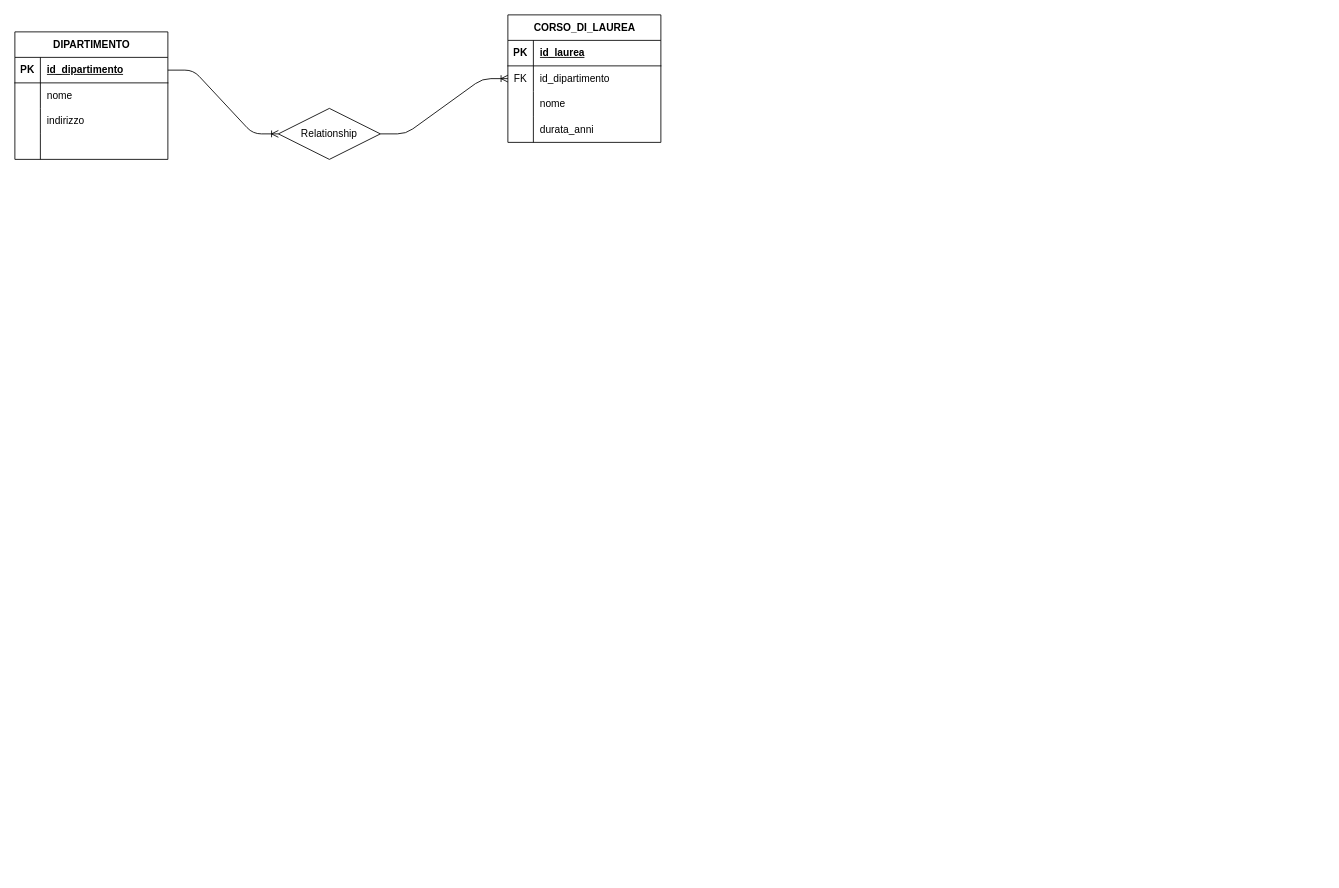
Earlier version of the draw.io diagram page "Page-1" (1 of 2) of university.dio (akthernahela/db-university). Source tidied: cells renumbered, new cells numbered last; positions are measured from the earlier drawing's top-left corner, leaving out a move shared by most shapes. Both pictures are drawn from the tidied source at 85%, with x=0, y=0 at pixel (14, 14).
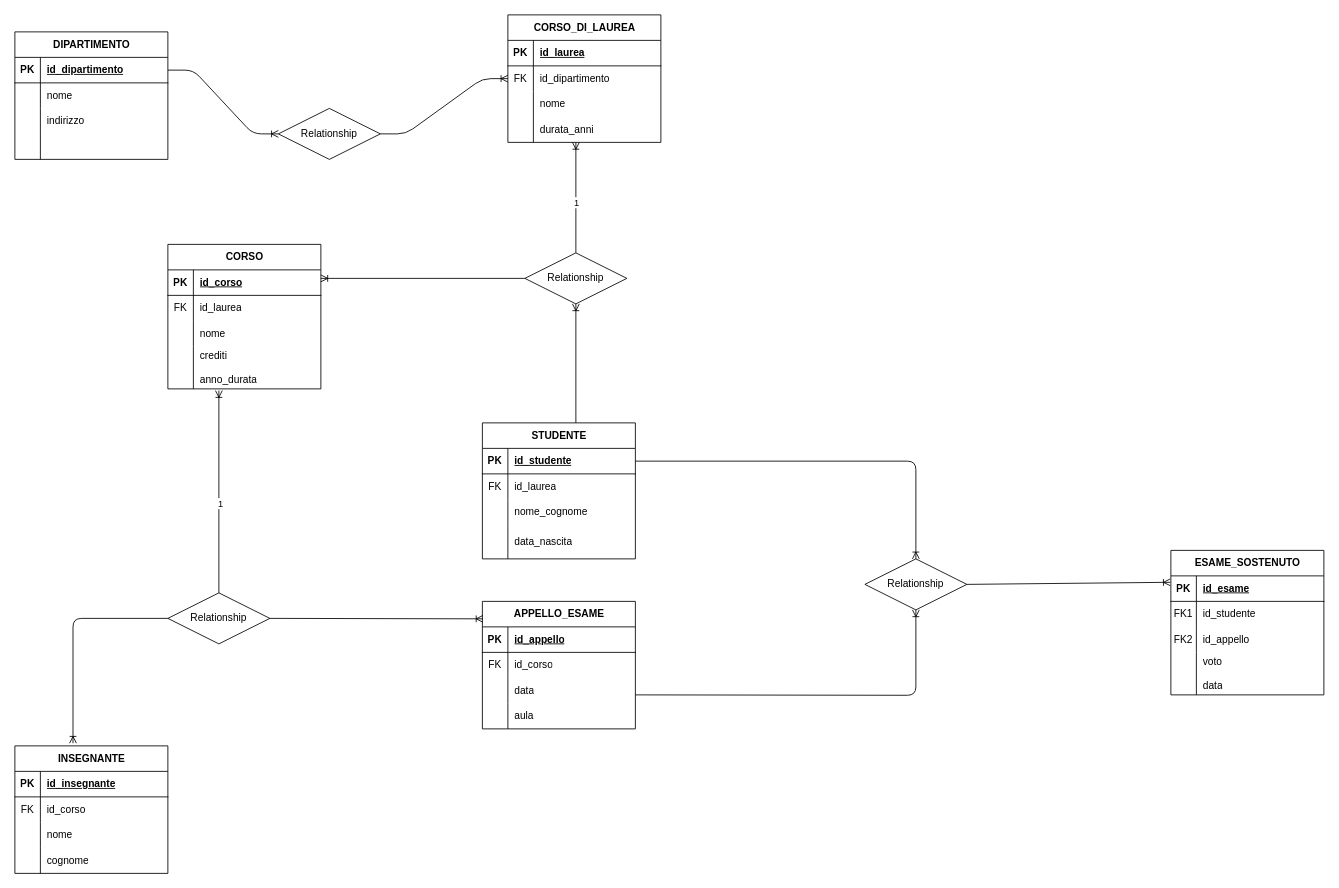
Above is the later version.

Change to the diagram source:
```diff
@@
+    <mxCell id="31" value="STUDENTE" style="shape=table;startSize=30;childLayout=tableLayout;rowLines=0;fontStyle=1;align=center;html=1;" parent="1" vertex="1">
+      <mxGeometry x="550" y="480" width="180" height="160" as="geometry" />
+    </mxCell>
+    <mxCell id="32" style="shape=tableRow;horizontal=0;startSize=0;swimlaneHead=0;swimlaneBody=0;fillColor=none;points=[[0,0.5],[1,0.5]];portConstraint=eastwest;top=0;left=0;right=0;bottom=1;" parent="31" vertex="1">
+      <mxGeometry y="30" width="180" height="30" as="geometry" />
+    </mxCell>
+    <mxCell id="33" value="PK" style="shape=partialRectangle;fillColor=none;top=0;left=0;bottom=0;right=0;fontStyle=1;overflow=hidden;whiteSpace=wrap;html=1;" parent="32" vertex="1">
+      <mxGeometry width="30" height="30" as="geometry" />
+    </mxCell>
+    <mxCell id="34" value="id_studente" style="shape=partialRectangle;fillColor=none;top=0;left=0;bottom=0;right=0;align=left;spacingLeft=6;fontStyle=5;overflow=hidden;whiteSpace=wrap;html=1;" parent="32" vertex="1">
+      <mxGeometry x="30" width="150" height="30" as="geometry" />
+    </mxCell>
+    <mxCell id="35" style="shape=tableRow;horizontal=0;startSize=0;swimlaneHead=0;swimlaneBody=0;fillColor=none;top=0;left=0;right=0;bottom=0;" parent="31" vertex="1">
+      <mxGeometry y="60" width="180" height="30" as="geometry" />
+    </mxCell>
+    <mxCell id="36" value="FK" style="shape=partialRectangle;fillColor=none;top=0;left=0;bottom=0;right=0;overflow=hidden;whiteSpace=wrap;html=1;" parent="35" vertex="1">
+      <mxGeometry width="30" height="30" as="geometry" />
+    </mxCell>
+    <mxCell id="37" value="id_laurea" style="shape=partialRectangle;fillColor=none;top=0;left=0;bottom=0;right=0;align=left;spacingLeft=6;overflow=hidden;whiteSpace=wrap;html=1;" parent="35" vertex="1">
+      <mxGeometry x="30" width="150" height="30" as="geometry" />
+    </mxCell>
+    <mxCell id="38" style="shape=tableRow;horizontal=0;startSize=0;swimlaneHead=0;swimlaneBody=0;fillColor=none;top=0;left=0;right=0;bottom=0;" parent="31" vertex="1">
+      <mxGeometry y="90" width="180" height="30" as="geometry" />
+    </mxCell>
+    <mxCell id="39" style="shape=partialRectangle;fillColor=none;top=0;left=0;bottom=0;right=0;overflow=hidden;whiteSpace=wrap;html=1;" parent="38" vertex="1">
+      <mxGeometry width="30" height="30" as="geometry" />
+    </mxCell>
+    <mxCell id="40" value="nome_cognome" style="shape=partialRectangle;fillColor=none;top=0;left=0;bottom=0;right=0;align=left;spacingLeft=6;overflow=hidden;whiteSpace=wrap;html=1;" parent="38" vertex="1">
+      <mxGeometry x="30" width="150" height="30" as="geometry" />
+    </mxCell>
+    <mxCell id="41" style="shape=tableRow;horizontal=0;startSize=0;swimlaneHead=0;swimlaneBody=0;fillColor=none;top=0;left=0;right=0;bottom=0;" parent="31" vertex="1">
+      <mxGeometry y="120" width="180" height="40" as="geometry" />
+    </mxCell>
+    <mxCell id="42" style="shape=partialRectangle;fillColor=none;top=0;left=0;bottom=0;right=0;overflow=hidden;whiteSpace=wrap;html=1;" parent="41" vertex="1">
+      <mxGeometry width="30" height="40" as="geometry" />
+    </mxCell>
+    <mxCell id="43" value="data_nascita" style="shape=partialRectangle;fillColor=none;top=0;left=0;bottom=0;right=0;align=left;spacingLeft=6;overflow=hidden;whiteSpace=wrap;html=1;" parent="41" vertex="1">
+      <mxGeometry x="30" width="150" height="40" as="geometry" />
+    </mxCell>
+    <mxCell id="44" value="Relationship" style="shape=rhombus;perimeter=rhombusPerimeter;whiteSpace=wrap;html=1;align=center;" parent="1" vertex="1">
+      <mxGeometry x="600" y="280" width="120" height="60" as="geometry" />
+    </mxCell>
+    <mxCell id="45" style="fontSize=12;html=1;endArrow=ERoneToMany;" parent="1" edge="1" source="44">
+      <mxGeometry relative="1" as="geometry">
+        <mxPoint x="660" y="150" as="targetPoint" />
+      </mxGeometry>
+    </mxCell>
+    <mxCell id="46" value="1" style="edgeLabel;html=1;align=center;verticalAlign=middle;" parent="45" vertex="1">
+      <mxGeometry x="-0.07" relative="1" as="geometry" />
+    </mxCell>
+    <mxCell id="47" style="fontSize=12;html=1;endArrow=ERoneToMany;entryX=0.5;entryY=1;entryDx=0;entryDy=0;" parent="1" edge="1" target="44">
+      <mxGeometry relative="1" as="geometry">
+        <mxPoint x="660" y="480" as="sourcePoint" />
+      </mxGeometry>
+    </mxCell>
+    <mxCell id="48" value="CORSO" style="shape=table;startSize=30;childLayout=tableLayout;rowLines=0;fontStyle=1;align=center;html=1;" parent="1" vertex="1">
+      <mxGeometry x="180" y="270" width="180" height="170" as="geometry" />
+    </mxCell>
+    <mxCell id="49" style="shape=tableRow;horizontal=0;startSize=0;swimlaneHead=0;swimlaneBody=0;fillColor=none;top=0;left=0;right=0;bottom=1;" parent="48" vertex="1">
+      <mxGeometry y="30" width="180" height="30" as="geometry" />
+    </mxCell>
+    <mxCell id="50" value="PK" style="shape=partialRectangle;fillColor=none;top=0;left=0;bottom=0;right=0;fontStyle=1;overflow=hidden;whiteSpace=wrap;html=1;" parent="49" vertex="1">
+      <mxGeometry width="30" height="30" as="geometry" />
+    </mxCell>
+    <mxCell id="51" value="id_corso" style="shape=partialRectangle;fillColor=none;top=0;left=0;bottom=0;right=0;align=left;spacingLeft=6;fontStyle=5;overflow=hidden;whiteSpace=wrap;html=1;" parent="49" vertex="1">
+      <mxGeometry x="30" width="150" height="30" as="geometry" />
+    </mxCell>
+    <mxCell id="52" style="shape=tableRow;horizontal=0;startSize=0;swimlaneHead=0;swimlaneBody=0;fillColor=none;top=0;left=0;right=0;bottom=0;" parent="48" vertex="1">
+      <mxGeometry y="60" width="180" height="30" as="geometry" />
+    </mxCell>
+    <mxCell id="53" value="FK" style="shape=partialRectangle;fillColor=none;top=0;left=0;bottom=0;right=0;overflow=hidden;whiteSpace=wrap;html=1;" parent="52" vertex="1">
+      <mxGeometry width="30" height="30" as="geometry" />
+    </mxCell>
+    <mxCell id="54" value="id_laurea" style="shape=partialRectangle;fillColor=none;top=0;left=0;bottom=0;right=0;align=left;spacingLeft=6;overflow=hidden;whiteSpace=wrap;html=1;" parent="52" vertex="1">
+      <mxGeometry x="30" width="150" height="30" as="geometry" />
+    </mxCell>
+    <mxCell id="55" style="shape=tableRow;horizontal=0;startSize=0;swimlaneHead=0;swimlaneBody=0;fillColor=none;top=0;left=0;right=0;bottom=0;" parent="48" vertex="1">
+      <mxGeometry y="90" width="180" height="30" as="geometry" />
+    </mxCell>
+    <mxCell id="56" style="shape=partialRectangle;fillColor=none;top=0;left=0;bottom=0;right=0;overflow=hidden;whiteSpace=wrap;html=1;" parent="55" vertex="1">
+      <mxGeometry width="30" height="30" as="geometry" />
+    </mxCell>
+    <mxCell id="57" value="nome" style="shape=partialRectangle;fillColor=none;top=0;left=0;bottom=0;right=0;align=left;spacingLeft=6;overflow=hidden;whiteSpace=wrap;html=1;" parent="55" vertex="1">
+      <mxGeometry x="30" width="150" height="30" as="geometry" />
+    </mxCell>
+    <mxCell id="58" style="shape=tableRow;horizontal=0;startSize=0;swimlaneHead=0;swimlaneBody=0;fillColor=none;top=0;left=0;right=0;bottom=0;" parent="48" vertex="1">
+      <mxGeometry y="120" width="180" height="50" as="geometry" />
+    </mxCell>
+    <mxCell id="59" style="shape=partialRectangle;fillColor=none;top=0;left=0;bottom=0;right=0;overflow=hidden;whiteSpace=wrap;html=1;" parent="58" vertex="1">
+      <mxGeometry width="30" height="50" as="geometry" />
+    </mxCell>
+    <mxCell id="60" value="crediti&lt;div&gt;&lt;font color=&quot;#ffffff&quot;&gt;&lt;br&gt;&lt;/font&gt;&lt;div&gt;anno_durata&lt;/div&gt;&lt;/div&gt;" style="shape=partialRectangle;fillColor=none;top=0;left=0;bottom=0;right=0;align=left;spacingLeft=6;overflow=hidden;whiteSpace=wrap;html=1;" parent="58" vertex="1">
+      <mxGeometry x="30" width="150" height="50" as="geometry" />
+    </mxCell>
+    <mxCell id="61" style="fontSize=12;html=1;endArrow=ERoneToMany;exitX=0;exitY=0.5;exitDx=0;exitDy=0;" parent="1" edge="1" source="44">
+      <mxGeometry relative="1" as="geometry">
+        <mxPoint x="360" y="310" as="targetPoint" />
+      </mxGeometry>
+    </mxCell>
+    <mxCell id="62" value="Relationship" style="shape=rhombus;perimeter=rhombusPerimeter;whiteSpace=wrap;html=1;align=center;" parent="1" vertex="1">
+      <mxGeometry x="180" y="680" width="120" height="60" as="geometry" />
+    </mxCell>
+    <mxCell id="63" value="INSEGNANTE" style="shape=table;startSize=30;childLayout=tableLayout;rowLines=0;fontStyle=1;align=center;html=1;" parent="1" vertex="1">
+      <mxGeometry y="860" width="180" height="150" as="geometry" />
+    </mxCell>
+    <mxCell id="64" style="shape=tableRow;horizontal=0;startSize=0;swimlaneHead=0;swimlaneBody=0;fillColor=none;top=0;left=0;right=0;bottom=1;" parent="63" vertex="1">
+      <mxGeometry y="30" width="180" height="30" as="geometry" />
+    </mxCell>
+    <mxCell id="65" value="PK" style="shape=partialRectangle;fillColor=none;top=0;left=0;bottom=0;right=0;fontStyle=1;overflow=hidden;whiteSpace=wrap;html=1;" parent="64" vertex="1">
+      <mxGeometry width="30" height="30" as="geometry" />
+    </mxCell>
+    <mxCell id="66" value="id_insegnante" style="shape=partialRectangle;fillColor=none;top=0;left=0;bottom=0;right=0;align=left;spacingLeft=6;fontStyle=5;overflow=hidden;whiteSpace=wrap;html=1;" parent="64" vertex="1">
+      <mxGeometry x="30" width="150" height="30" as="geometry" />
+    </mxCell>
+    <mxCell id="67" style="shape=tableRow;horizontal=0;startSize=0;swimlaneHead=0;swimlaneBody=0;fillColor=none;top=0;left=0;right=0;bottom=0;" parent="63" vertex="1">
+      <mxGeometry y="60" width="180" height="30" as="geometry" />
+    </mxCell>
+    <mxCell id="68" value="FK" style="shape=partialRectangle;fillColor=none;top=0;left=0;bottom=0;right=0;overflow=hidden;whiteSpace=wrap;html=1;" parent="67" vertex="1">
+      <mxGeometry width="30" height="30" as="geometry" />
+    </mxCell>
+    <mxCell id="69" value="id_corso" style="shape=partialRectangle;fillColor=none;top=0;left=0;bottom=0;right=0;align=left;spacingLeft=6;overflow=hidden;whiteSpace=wrap;html=1;" parent="67" vertex="1">
+      <mxGeometry x="30" width="150" height="30" as="geometry" />
+    </mxCell>
+    <mxCell id="70" style="shape=tableRow;horizontal=0;startSize=0;swimlaneHead=0;swimlaneBody=0;fillColor=none;top=0;left=0;right=0;bottom=0;" parent="63" vertex="1">
+      <mxGeometry y="90" width="180" height="30" as="geometry" />
+    </mxCell>
+    <mxCell id="71" style="shape=partialRectangle;fillColor=none;top=0;left=0;bottom=0;right=0;overflow=hidden;whiteSpace=wrap;html=1;" parent="70" vertex="1">
+      <mxGeometry width="30" height="30" as="geometry" />
+    </mxCell>
+    <mxCell id="72" value="nome" style="shape=partialRectangle;fillColor=none;top=0;left=0;bottom=0;right=0;align=left;spacingLeft=6;overflow=hidden;whiteSpace=wrap;html=1;" parent="70" vertex="1">
+      <mxGeometry x="30" width="150" height="30" as="geometry" />
+    </mxCell>
+    <mxCell id="73" style="shape=tableRow;horizontal=0;startSize=0;swimlaneHead=0;swimlaneBody=0;fillColor=none;top=0;left=0;right=0;bottom=0;" parent="63" vertex="1">
+      <mxGeometry y="120" width="180" height="30" as="geometry" />
+    </mxCell>
+    <mxCell id="74" style="shape=partialRectangle;fillColor=none;top=0;left=0;bottom=0;right=0;overflow=hidden;whiteSpace=wrap;html=1;" parent="73" vertex="1">
+      <mxGeometry width="30" height="30" as="geometry" />
+    </mxCell>
+    <mxCell id="75" value="cognome" style="shape=partialRectangle;fillColor=none;top=0;left=0;bottom=0;right=0;align=left;spacingLeft=6;overflow=hidden;whiteSpace=wrap;html=1;" parent="73" vertex="1">
+      <mxGeometry x="30" width="150" height="30" as="geometry" />
+    </mxCell>
+    <mxCell id="76" style="edgeStyle=orthogonalEdgeStyle;fontSize=12;html=1;endArrow=ERoneToMany;exitX=0;exitY=0.5;exitDx=0;exitDy=0;entryX=0.38;entryY=-0.021;entryDx=0;entryDy=0;entryPerimeter=0;" parent="1" edge="1" source="62" target="63">
+      <mxGeometry relative="1" as="geometry" />
+    </mxCell>
+    <mxCell id="77" style="fontSize=12;html=1;endArrow=ERoneToMany;exitX=0.5;exitY=0;exitDx=0;exitDy=0;" parent="1" edge="1" source="62">
+      <mxGeometry relative="1" as="geometry">
+        <mxPoint x="240" y="442" as="targetPoint" />
+      </mxGeometry>
+    </mxCell>
+    <mxCell id="78" value="1" style="edgeLabel;html=1;align=center;verticalAlign=middle;" parent="77" vertex="1">
+      <mxGeometry x="-0.1" y="-1" relative="1" as="geometry">
+        <mxPoint y="1" as="offset" />
+      </mxGeometry>
+    </mxCell>
+    <mxCell id="79" value="APPELLO_ESAME" style="shape=table;startSize=30;childLayout=tableLayout;rowLines=0;fontStyle=1;align=center;html=1;" parent="1" vertex="1">
+      <mxGeometry x="550" y="690" width="180" height="150" as="geometry" />
+    </mxCell>
+    <mxCell id="80" style="shape=tableRow;horizontal=0;startSize=0;swimlaneHead=0;swimlaneBody=0;fillColor=none;top=0;left=0;right=0;bottom=1;" parent="79" vertex="1">
+      <mxGeometry y="30" width="180" height="30" as="geometry" />
+    </mxCell>
+    <mxCell id="81" value="PK" style="shape=partialRectangle;fillColor=none;top=0;left=0;bottom=0;right=0;fontStyle=1;overflow=hidden;whiteSpace=wrap;html=1;" parent="80" vertex="1">
+      <mxGeometry width="30" height="30" as="geometry" />
+    </mxCell>
+    <mxCell id="82" value="id_appello" style="shape=partialRectangle;fillColor=none;top=0;left=0;bottom=0;right=0;align=left;spacingLeft=6;fontStyle=5;overflow=hidden;whiteSpace=wrap;html=1;" parent="80" vertex="1">
+      <mxGeometry x="30" width="150" height="30" as="geometry" />
+    </mxCell>
+    <mxCell id="83" style="shape=tableRow;horizontal=0;startSize=0;swimlaneHead=0;swimlaneBody=0;fillColor=none;top=0;left=0;right=0;bottom=0;" parent="79" vertex="1">
+      <mxGeometry y="60" width="180" height="30" as="geometry" />
+    </mxCell>
+    <mxCell id="84" value="FK" style="shape=partialRectangle;fillColor=none;top=0;left=0;bottom=0;right=0;overflow=hidden;whiteSpace=wrap;html=1;" parent="83" vertex="1">
+      <mxGeometry width="30" height="30" as="geometry" />
+    </mxCell>
+    <mxCell id="85" value="id_corso" style="shape=partialRectangle;fillColor=none;top=0;left=0;bottom=0;right=0;align=left;spacingLeft=6;overflow=hidden;whiteSpace=wrap;html=1;" parent="83" vertex="1">
+      <mxGeometry x="30" width="150" height="30" as="geometry" />
+    </mxCell>
+    <mxCell id="86" style="shape=tableRow;horizontal=0;startSize=0;swimlaneHead=0;swimlaneBody=0;fillColor=none;top=0;left=0;right=0;bottom=0;" parent="79" vertex="1">
+      <mxGeometry y="90" width="180" height="30" as="geometry" />
+    </mxCell>
+    <mxCell id="87" style="shape=partialRectangle;fillColor=none;top=0;left=0;bottom=0;right=0;overflow=hidden;whiteSpace=wrap;html=1;" parent="86" vertex="1">
+      <mxGeometry width="30" height="30" as="geometry" />
+    </mxCell>
+    <mxCell id="88" value="data" style="shape=partialRectangle;fillColor=none;top=0;left=0;bottom=0;right=0;align=left;spacingLeft=6;overflow=hidden;whiteSpace=wrap;html=1;" parent="86" vertex="1">
+      <mxGeometry x="30" width="150" height="30" as="geometry" />
+    </mxCell>
+    <mxCell id="89" style="shape=tableRow;horizontal=0;startSize=0;swimlaneHead=0;swimlaneBody=0;fillColor=none;top=0;left=0;right=0;bottom=0;" parent="79" vertex="1">
+      <mxGeometry y="120" width="180" height="30" as="geometry" />
+    </mxCell>
+    <mxCell id="90" style="shape=partialRectangle;fillColor=none;top=0;left=0;bottom=0;right=0;overflow=hidden;whiteSpace=wrap;html=1;" parent="89" vertex="1">
+      <mxGeometry width="30" height="30" as="geometry" />
+    </mxCell>
+    <mxCell id="91" value="aula" style="shape=partialRectangle;fillColor=none;top=0;left=0;bottom=0;right=0;align=left;spacingLeft=6;overflow=hidden;whiteSpace=wrap;html=1;" parent="89" vertex="1">
+      <mxGeometry x="30" width="150" height="30" as="geometry" />
+    </mxCell>
+    <mxCell id="92" style="fontSize=12;html=1;endArrow=ERoneToMany;entryX=0.004;entryY=0.137;entryDx=0;entryDy=0;entryPerimeter=0;exitX=1;exitY=0.5;exitDx=0;exitDy=0;" parent="1" edge="1" source="62" target="79">
+      <mxGeometry relative="1" as="geometry" />
+    </mxCell>
+    <mxCell id="93" value="Relationship" style="shape=rhombus;perimeter=rhombusPerimeter;whiteSpace=wrap;html=1;align=center;" parent="1" vertex="1">
+      <mxGeometry x="1000" y="640" width="120" height="60" as="geometry" />
+    </mxCell>
+    <mxCell id="94" style="edgeStyle=orthogonalEdgeStyle;fontSize=12;html=1;endArrow=ERoneToMany;entryX=0.5;entryY=0;entryDx=0;entryDy=0;exitX=1;exitY=0.5;exitDx=0;exitDy=0;" parent="1" edge="1" source="32" target="93">
+      <mxGeometry relative="1" as="geometry" />
+    </mxCell>
+    <mxCell id="95" style="edgeStyle=orthogonalEdgeStyle;fontSize=12;html=1;endArrow=ERoneToMany;entryX=0.5;entryY=1;entryDx=0;entryDy=0;" parent="1" edge="1" target="93">
+      <mxGeometry relative="1" as="geometry">
+        <mxPoint x="730" y="800" as="sourcePoint" />
+      </mxGeometry>
+    </mxCell>
+    <mxCell id="96" value="ESAME_SOSTENUTO" style="shape=table;startSize=30;childLayout=tableLayout;rowLines=0;fontStyle=1;align=center;html=1;" parent="1" vertex="1">
+      <mxGeometry x="1360" y="630" width="180" height="170" as="geometry" />
+    </mxCell>
+    <mxCell id="97" style="shape=tableRow;horizontal=0;startSize=0;swimlaneHead=0;swimlaneBody=0;fillColor=none;points=[[0,0.5],[1,0.5]];portConstraint=eastwest;top=0;left=0;right=0;bottom=1;" parent="96" vertex="1">
+      <mxGeometry y="30" width="180" height="30" as="geometry" />
+    </mxCell>
+    <mxCell id="98" value="PK" style="shape=partialRectangle;fillColor=none;top=0;left=0;bottom=0;right=0;fontStyle=1;overflow=hidden;whiteSpace=wrap;html=1;" parent="97" vertex="1">
+      <mxGeometry width="30" height="30" as="geometry" />
+    </mxCell>
+    <mxCell id="99" value="id_esame" style="shape=partialRectangle;fillColor=none;top=0;left=0;bottom=0;right=0;align=left;spacingLeft=6;fontStyle=5;overflow=hidden;whiteSpace=wrap;html=1;" parent="97" vertex="1">
+      <mxGeometry x="30" width="150" height="30" as="geometry" />
+    </mxCell>
+    <mxCell id="100" style="shape=tableRow;horizontal=0;startSize=0;swimlaneHead=0;swimlaneBody=0;fillColor=none;top=0;left=0;right=0;bottom=0;" parent="96" vertex="1">
+      <mxGeometry y="60" width="180" height="30" as="geometry" />
+    </mxCell>
+    <mxCell id="101" value="FK1" style="shape=partialRectangle;fillColor=none;top=0;left=0;bottom=0;right=0;overflow=hidden;whiteSpace=wrap;html=1;" parent="100" vertex="1">
+      <mxGeometry width="30" height="30" as="geometry" />
+    </mxCell>
+    <mxCell id="102" value="id_studente" style="shape=partialRectangle;fillColor=none;top=0;left=0;bottom=0;right=0;align=left;spacingLeft=6;overflow=hidden;whiteSpace=wrap;html=1;" parent="100" vertex="1">
+      <mxGeometry x="30" width="150" height="30" as="geometry" />
+    </mxCell>
+    <mxCell id="103" style="shape=tableRow;horizontal=0;startSize=0;swimlaneHead=0;swimlaneBody=0;fillColor=none;top=0;left=0;right=0;bottom=0;" parent="96" vertex="1">
+      <mxGeometry y="90" width="180" height="30" as="geometry" />
+    </mxCell>
+    <mxCell id="104" value="FK2" style="shape=partialRectangle;fillColor=none;top=0;left=0;bottom=0;right=0;overflow=hidden;whiteSpace=wrap;html=1;" parent="103" vertex="1">
+      <mxGeometry width="30" height="30" as="geometry" />
+    </mxCell>
+    <mxCell id="105" value="id_appello" style="shape=partialRectangle;fillColor=none;top=0;left=0;bottom=0;right=0;align=left;spacingLeft=6;overflow=hidden;whiteSpace=wrap;html=1;" parent="103" vertex="1">
+      <mxGeometry x="30" width="150" height="30" as="geometry" />
+    </mxCell>
+    <mxCell id="106" style="shape=tableRow;horizontal=0;startSize=0;swimlaneHead=0;swimlaneBody=0;fillColor=none;top=0;left=0;right=0;bottom=0;" parent="96" vertex="1">
+      <mxGeometry y="120" width="180" height="50" as="geometry" />
+    </mxCell>
+    <mxCell id="107" style="shape=partialRectangle;fillColor=none;top=0;left=0;bottom=0;right=0;overflow=hidden;whiteSpace=wrap;html=1;" parent="106" vertex="1">
+      <mxGeometry width="30" height="50" as="geometry" />
+    </mxCell>
+    <mxCell id="108" value="voto&lt;div&gt;&lt;br&gt;&lt;/div&gt;&lt;div&gt;data&lt;/div&gt;" style="shape=partialRectangle;fillColor=none;top=0;left=0;bottom=0;right=0;align=left;spacingLeft=6;overflow=hidden;whiteSpace=wrap;html=1;" parent="106" vertex="1">
+      <mxGeometry x="30" width="150" height="50" as="geometry" />
+    </mxCell>
+    <mxCell id="109" style="fontSize=12;html=1;endArrow=ERoneToMany;exitX=1;exitY=0.5;exitDx=0;exitDy=0;entryX=-0.004;entryY=0.252;entryDx=0;entryDy=0;entryPerimeter=0;" parent="1" edge="1" source="93" target="97">
+      <mxGeometry relative="1" as="geometry" />
+    </mxCell>
```
